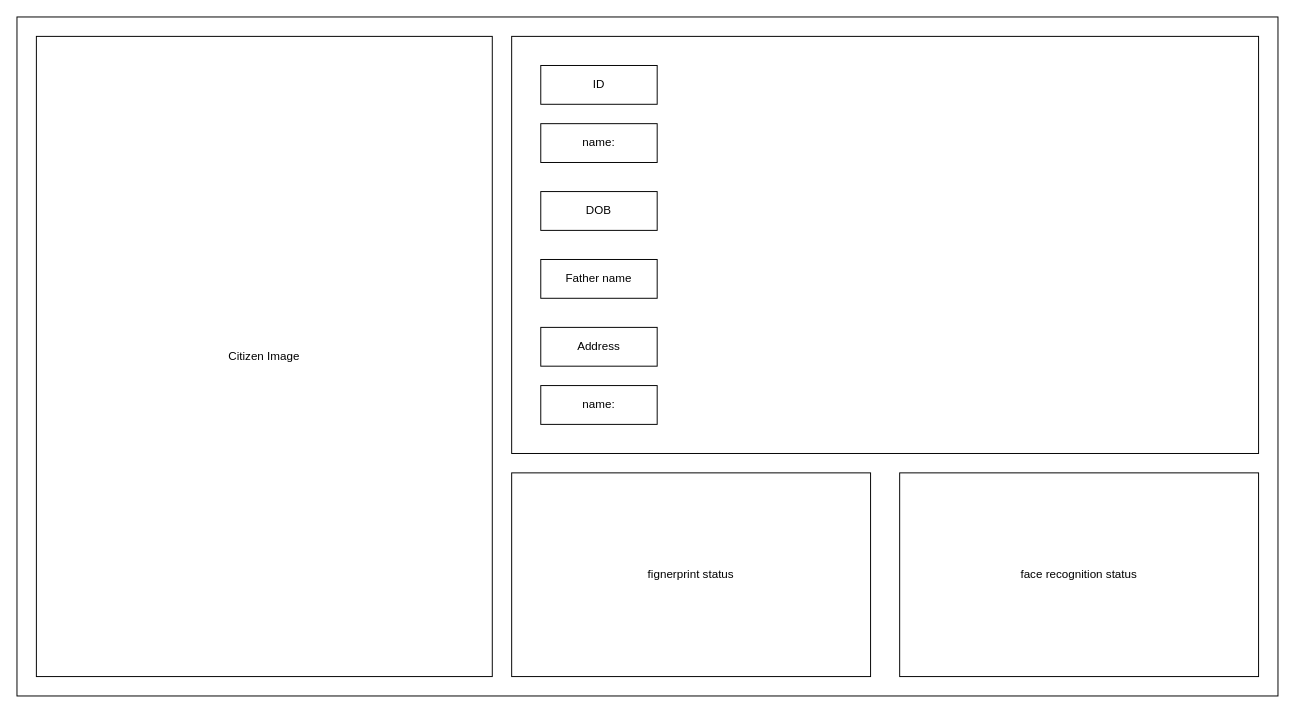
Earlier version of the draw.io diagram page "New user registration" (3 of 6) of UI.drawio (nrssi/odyssey). Source tidied: cells renumbered, new cells numbered last; positions are measured from the earlier drawing's top-left corner, leaving out a move shared by most shapes. Both pictures are drawn from the tidied source at 97%, with x=0, y=0 at pixel (16, 16).
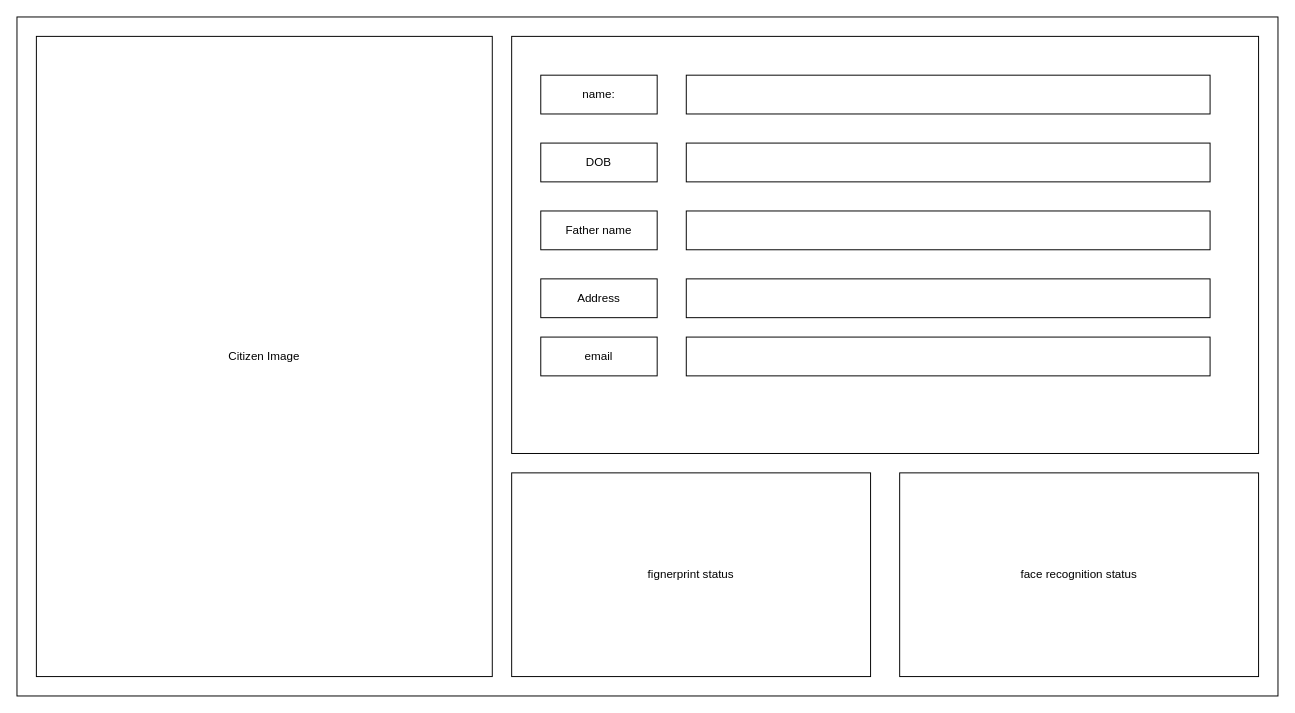
After the change.

Change to the diagram source:
```diff
@@
 <mxGraphModel>
   <root>
     <mxCell id="0" />
     <mxCell id="1" parent="0" />
     <mxCell id="2" style="rounded=0;whiteSpace=wrap;html=1;" parent="1" vertex="1">
       <mxGeometry width="1300" height="700" as="geometry" />
     </mxCell>
     <mxCell id="3" value="Citizen Image" style="rounded=0;whiteSpace=wrap;html=1;" parent="1" vertex="1">
       <mxGeometry x="20" y="20" width="470" height="660" as="geometry" />
     </mxCell>
     <mxCell id="4" style="rounded=0;whiteSpace=wrap;html=1;" parent="1" vertex="1">
       <mxGeometry x="510" y="20" width="770" height="430" as="geometry" />
     </mxCell>
     <mxCell id="5" style="group;" parent="1" vertex="1">
-      <mxGeometry x="540" y="50" width="120" height="370" as="geometry" />
+      <mxGeometry x="540" width="120" height="370" as="geometry" />
     </mxCell>
     <mxCell id="6" style="group;" parent="5" vertex="1">
       <mxGeometry y="60" width="120" height="310" as="geometry" />
     </mxCell>
     <mxCell id="7" style="group;" parent="6" vertex="1">
       <mxGeometry width="120" height="310" as="geometry" />
     </mxCell>
     <mxCell id="8" value="name:" style="rounded=0;whiteSpace=wrap;html=1;" parent="7" vertex="1">
       <mxGeometry width="120" height="40" as="geometry" />
     </mxCell>
     <mxCell id="9" value="DOB" style="rounded=0;whiteSpace=wrap;html=1;" parent="7" vertex="1">
       <mxGeometry y="70" width="120" height="40" as="geometry" />
     </mxCell>
     <mxCell id="10" value="Father name" style="rounded=0;whiteSpace=wrap;html=1;" parent="7" vertex="1">
       <mxGeometry y="140" width="120" height="40" as="geometry" />
     </mxCell>
     <mxCell id="11" value="Address" style="rounded=0;whiteSpace=wrap;html=1;" parent="7" vertex="1">
       <mxGeometry y="210" width="120" height="40" as="geometry" />
     </mxCell>
-    <mxCell id="12" value="name:" style="rounded=0;whiteSpace=wrap;html=1;" parent="7" vertex="1">
+    <mxCell id="12" value="email" style="rounded=0;whiteSpace=wrap;html=1;" parent="7" vertex="1">
       <mxGeometry y="270" width="120" height="40" as="geometry" />
     </mxCell>
-    <mxCell id="13" value="ID" style="rounded=0;whiteSpace=wrap;html=1;" parent="5" vertex="1">
-      <mxGeometry width="120" height="40" as="geometry" />
-    </mxCell>
     <mxCell id="14" value="fignerprint status" style="rounded=0;whiteSpace=wrap;html=1;" parent="1" vertex="1">
       <mxGeometry x="510" y="470" width="370" height="210" as="geometry" />
     </mxCell>
     <mxCell id="15" value="face recognition status" style="rounded=0;whiteSpace=wrap;html=1;" parent="1" vertex="1">
       <mxGeometry x="910" y="470" width="370" height="210" as="geometry" />
     </mxCell>
+    <mxCell id="16" style="rounded=0;whiteSpace=wrap;html=1;" parent="1" vertex="1">
+      <mxGeometry x="690" y="60" width="540" height="40" as="geometry" />
+    </mxCell>
+    <mxCell id="17" style="rounded=0;whiteSpace=wrap;html=1;" parent="1" vertex="1">
+      <mxGeometry x="690" y="200" width="540" height="40" as="geometry" />
+    </mxCell>
+    <mxCell id="18" style="rounded=0;whiteSpace=wrap;html=1;" parent="1" vertex="1">
+      <mxGeometry x="690" y="270" width="540" height="40" as="geometry" />
+    </mxCell>
+    <mxCell id="19" style="rounded=0;whiteSpace=wrap;html=1;" parent="1" vertex="1">
+      <mxGeometry x="690" y="330" width="540" height="40" as="geometry" />
+    </mxCell>
+    <mxCell id="20" style="rounded=0;whiteSpace=wrap;html=1;" parent="1" vertex="1">
+      <mxGeometry x="690" y="130" width="540" height="40" as="geometry" />
+    </mxCell>
   </root>
 </mxGraphModel>
```
